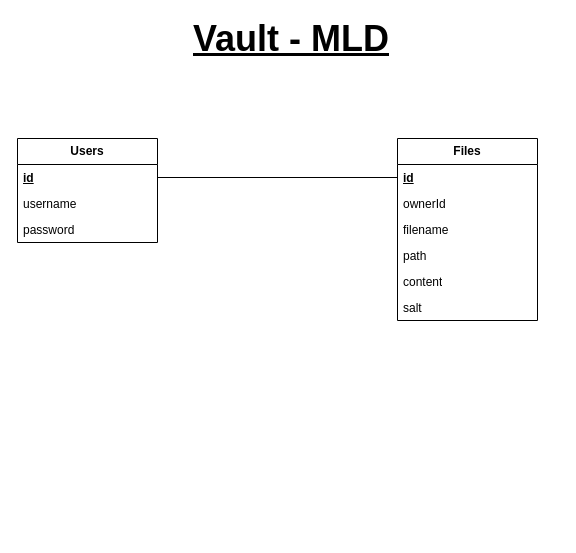
This is page "MLD" (2 of 3) of Vault-Merise.drawio from JeromePrevotat/Vault, a draw.io file, before an edit. Source tidied: cells renumbered, new cells numbered last; positions are measured from the earlier drawing's top-left corner, leaving out a move shared by most shapes. Both pictures are drawn from the tidied source at 100%, with x=0, y=0 at pixel (17, 18).
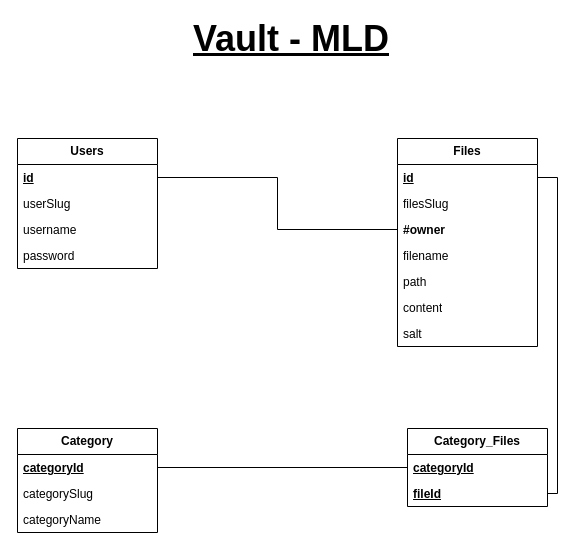
The same diagram, later.

Unchanged cells that the change refers to:
```xml
<mxCell id="4" value="&lt;b&gt;&lt;u&gt;id&lt;/u&gt;&lt;/b&gt;" style="text;strokeColor=none;fillColor=none;align=left;verticalAlign=top;spacingLeft=4;spacingRight=4;overflow=hidden;points=[[0,0.5],[1,0.5]];portConstraint=eastwest;whiteSpace=wrap;html=1;" parent="3" vertex="1">
  <mxGeometry y="26" width="140" height="26" as="geometry" />
</mxCell>
<mxCell id="8" value="&lt;b&gt;&lt;u&gt;id&lt;/u&gt;&lt;/b&gt;" style="text;strokeColor=none;fillColor=none;align=left;verticalAlign=top;spacingLeft=4;spacingRight=4;overflow=hidden;points=[[0,0.5],[1,0.5]];portConstraint=eastwest;whiteSpace=wrap;html=1;" parent="7" vertex="1">
  <mxGeometry y="26" width="140" height="26" as="geometry" />
</mxCell>
```

Change to the diagram source:
```diff
@@
     <mxCell id="3" value="&lt;b&gt;Users&lt;/b&gt;" style="swimlane;fontStyle=0;horizontal=1;startSize=26;fillColor=none;whiteSpace=wrap;html=1;" parent="1" vertex="1">
-      <mxGeometry y="120" width="140" height="104" as="geometry" />
+      <mxGeometry y="120" width="140" height="130" as="geometry" />
     </mxCell>
@@
+    <mxCell id="15" value="userSlug" style="text;strokeColor=none;fillColor=none;align=left;verticalAlign=top;spacingLeft=4;spacingRight=4;overflow=hidden;whiteSpace=wrap;html=1;" parent="3" vertex="1">
+      <mxGeometry y="52" width="140" height="26" as="geometry" />
+    </mxCell>
     <mxCell id="5" value="u&lt;span style=&quot;background-color: transparent; color: light-dark(rgb(0, 0, 0), rgb(255, 255, 255));&quot;&gt;sername&lt;/span&gt;" style="text;strokeColor=none;fillColor=none;align=left;verticalAlign=top;spacingLeft=4;spacingRight=4;overflow=hidden;whiteSpace=wrap;html=1;" parent="3" vertex="1">
-      <mxGeometry y="52" width="140" height="26" as="geometry" />
+      <mxGeometry y="78" width="140" height="26" as="geometry" />
     </mxCell>
     <mxCell id="6" value="password" style="text;strokeColor=none;fillColor=none;align=left;verticalAlign=top;spacingLeft=4;spacingRight=4;overflow=hidden;whiteSpace=wrap;html=1;" parent="3" vertex="1">
-      <mxGeometry y="78" width="140" height="26" as="geometry" />
+      <mxGeometry y="104" width="140" height="26" as="geometry" />
     </mxCell>
     <mxCell id="7" value="&lt;b&gt;Files&lt;/b&gt;" style="swimlane;fontStyle=0;horizontal=1;startSize=26;fillColor=none;whiteSpace=wrap;html=1;" parent="1" vertex="1">
-      <mxGeometry x="380" y="120" width="140" height="182" as="geometry" />
+      <mxGeometry x="380" y="120" width="140" height="208" as="geometry" />
     </mxCell>
@@
+    <mxCell id="16" value="filesSlug" style="text;strokeColor=none;fillColor=none;align=left;verticalAlign=top;spacingLeft=4;spacingRight=4;overflow=hidden;whiteSpace=wrap;html=1;" parent="7" vertex="1">
+      <mxGeometry y="52" width="140" height="26" as="geometry" />
+    </mxCell>
-    <mxCell id="9" value="ownerId" style="text;strokeColor=none;fillColor=none;align=left;verticalAlign=top;spacingLeft=4;spacingRight=4;overflow=hidden;points=[[0,0.5],[1,0.5]];portConstraint=eastwest;whiteSpace=wrap;html=1;" parent="7" vertex="1">
-      <mxGeometry y="52" width="140" height="26" as="geometry" />
+    <mxCell id="9" value="&lt;b&gt;#owner&lt;/b&gt;" style="text;strokeColor=none;fillColor=none;align=left;verticalAlign=top;spacingLeft=4;spacingRight=4;overflow=hidden;points=[[0,0.5],[1,0.5]];portConstraint=eastwest;whiteSpace=wrap;html=1;" parent="7" vertex="1">
+      <mxGeometry y="78" width="140" height="26" as="geometry" />
     </mxCell>
     <mxCell id="10" value="filename" style="text;strokeColor=none;fillColor=none;align=left;verticalAlign=top;spacingLeft=4;spacingRight=4;overflow=hidden;whiteSpace=wrap;html=1;" parent="7" vertex="1">
-      <mxGeometry y="78" width="140" height="26" as="geometry" />
+      <mxGeometry y="104" width="140" height="26" as="geometry" />
     </mxCell>
     <mxCell id="11" value="path" style="text;strokeColor=none;fillColor=none;align=left;verticalAlign=top;spacingLeft=4;spacingRight=4;overflow=hidden;whiteSpace=wrap;html=1;" parent="7" vertex="1">
-      <mxGeometry y="104" width="140" height="26" as="geometry" />
+      <mxGeometry y="130" width="140" height="26" as="geometry" />
     </mxCell>
     <mxCell id="12" value="content" style="text;strokeColor=none;fillColor=none;align=left;verticalAlign=top;spacingLeft=4;spacingRight=4;overflow=hidden;whiteSpace=wrap;html=1;" parent="7" vertex="1">
-      <mxGeometry y="130" width="140" height="26" as="geometry" />
+      <mxGeometry y="156" width="140" height="26" as="geometry" />
     </mxCell>
     <mxCell id="13" value="salt" style="text;strokeColor=none;fillColor=none;align=left;verticalAlign=top;spacingLeft=4;spacingRight=4;overflow=hidden;whiteSpace=wrap;html=1;" parent="7" vertex="1">
-      <mxGeometry y="156" width="140" height="26" as="geometry" />
+      <mxGeometry y="182" width="140" height="26" as="geometry" />
     </mxCell>
-    <mxCell id="14" style="edgeStyle=orthogonalEdgeStyle;rounded=0;jettySize=auto;html=1;endArrow=none;startFill=0;" parent="1" edge="1" source="8" target="4">
+    <mxCell id="14" style="edgeStyle=orthogonalEdgeStyle;rounded=0;jettySize=auto;html=1;endArrow=none;startFill=0;" parent="1" edge="1" source="9" target="4">
       <mxGeometry relative="1" as="geometry" />
     </mxCell>
+    <mxCell id="17" value="&lt;b&gt;Category&lt;/b&gt;" style="swimlane;fontStyle=0;horizontal=1;startSize=26;fillColor=none;whiteSpace=wrap;html=1;" parent="1" vertex="1">
+      <mxGeometry y="410" width="140" height="104" as="geometry" />
+    </mxCell>
+    <mxCell id="18" value="&lt;b&gt;&lt;u&gt;categoryId&lt;/u&gt;&lt;/b&gt;" style="text;strokeColor=none;fillColor=none;align=left;verticalAlign=top;spacingLeft=4;spacingRight=4;overflow=hidden;points=[[0,0.5],[1,0.5]];portConstraint=eastwest;whiteSpace=wrap;html=1;" parent="17" vertex="1">
+      <mxGeometry y="26" width="140" height="26" as="geometry" />
+    </mxCell>
+    <mxCell id="19" value="categorySlug" style="text;strokeColor=none;fillColor=none;align=left;verticalAlign=top;spacingLeft=4;spacingRight=4;overflow=hidden;whiteSpace=wrap;html=1;" parent="17" vertex="1">
+      <mxGeometry y="52" width="140" height="26" as="geometry" />
+    </mxCell>
+    <mxCell id="20" value="categoryName" style="text;strokeColor=none;fillColor=none;align=left;verticalAlign=top;spacingLeft=4;spacingRight=4;overflow=hidden;whiteSpace=wrap;html=1;" parent="17" vertex="1">
+      <mxGeometry y="78" width="140" height="26" as="geometry" />
+    </mxCell>
+    <mxCell id="21" value="&lt;b&gt;Category_Files&lt;/b&gt;" style="swimlane;fontStyle=0;horizontal=1;startSize=26;fillColor=none;whiteSpace=wrap;html=1;" parent="1" vertex="1">
+      <mxGeometry x="390" y="410" width="140" height="78" as="geometry" />
+    </mxCell>
+    <mxCell id="22" value="&lt;b&gt;&lt;u&gt;categoryId&lt;/u&gt;&lt;/b&gt;" style="text;strokeColor=none;fillColor=none;align=left;verticalAlign=top;spacingLeft=4;spacingRight=4;overflow=hidden;points=[[0,0.5],[1,0.5]];portConstraint=eastwest;whiteSpace=wrap;html=1;" parent="21" vertex="1">
+      <mxGeometry y="26" width="140" height="26" as="geometry" />
+    </mxCell>
+    <mxCell id="23" value="&lt;b&gt;&lt;u&gt;fileId&lt;/u&gt;&lt;/b&gt;" style="text;strokeColor=none;fillColor=none;align=left;verticalAlign=top;spacingLeft=4;spacingRight=4;overflow=hidden;points=[[0,0.5],[1,0.5]];portConstraint=eastwest;whiteSpace=wrap;html=1;" parent="21" vertex="1">
+      <mxGeometry y="52" width="140" height="26" as="geometry" />
+    </mxCell>
+    <mxCell id="24" style="edgeStyle=orthogonalEdgeStyle;rounded=0;jettySize=auto;html=1;endArrow=none;startFill=0;" parent="1" edge="1" source="18" target="22">
+      <mxGeometry relative="1" as="geometry" />
+    </mxCell>
+    <mxCell id="25" style="edgeStyle=orthogonalEdgeStyle;rounded=0;jettySize=auto;html=1;endArrow=none;startFill=0;" parent="1" edge="1" source="23" target="8">
+      <mxGeometry relative="1" as="geometry">
+        <Array as="points">
+          <mxPoint x="540" y="475" />
+          <mxPoint x="540" y="159" />
+        </Array>
+      </mxGeometry>
+    </mxCell>
```
